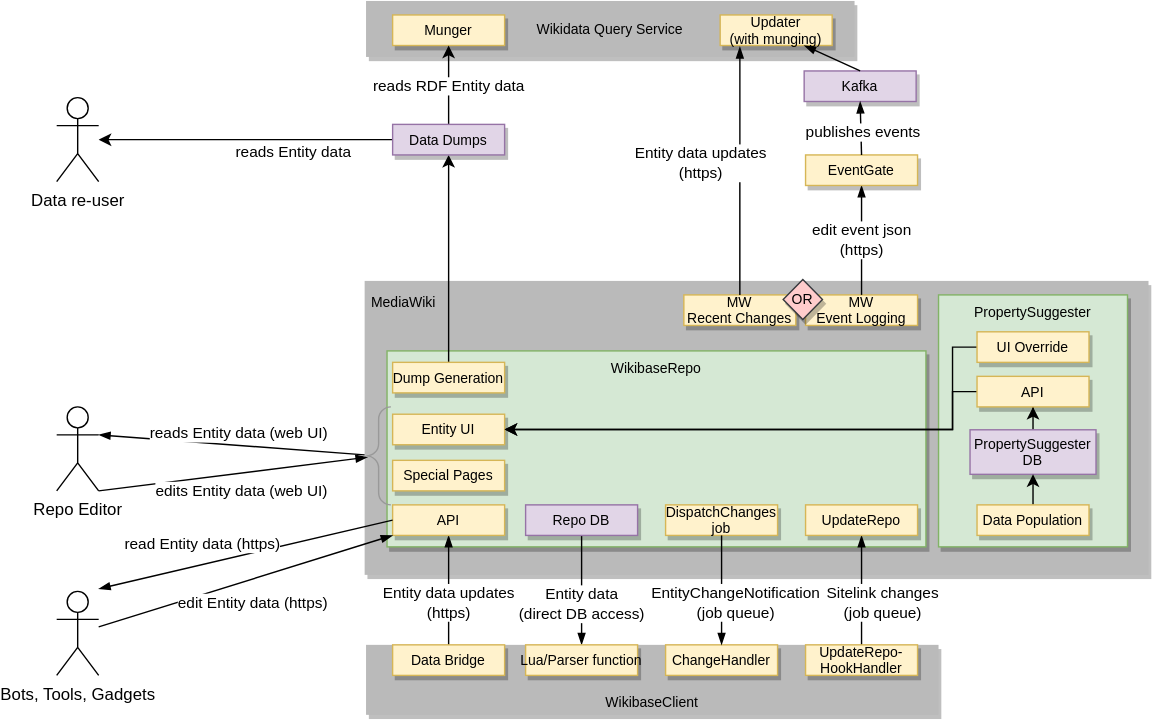
wmde/wikidata-wikibase-architecture keeps this draw.io diagram as systems/Repository/diagrams/03-technical-context-old.drawio.svg. Above is the earlier version. Source tidied: cells renumbered, new cells last; positions are measured from the earlier drawing's top-left corner, leaving out a move shared by most shapes. The source it was exported from:
```xml
<mxGraphModel>
  <root>
    <mxCell id="0" />
    <mxCell id="1" parent="0" />
    <mxCell id="2" value="MediaWiki" style="rounded=0;shadow=1;fontSize=10;fontColor=#000000;strokeColor=none;direction=west;fillColor=#BABABA;verticalAlign=top;align=left;spacing=5;" parent="1" vertex="1">
      <mxGeometry x="220" y="200" width="560" height="210" as="geometry" />
    </mxCell>
    <mxCell id="3" value="WikibaseRepo" style="rounded=0;shadow=1;fontSize=10;strokeColor=#82b366;direction=west;fillColor=#d5e8d4;verticalAlign=top;" parent="1" vertex="1">
      <mxGeometry x="236" y="250" width="385" height="140" as="geometry" />
    </mxCell>
    <mxCell id="4" value="WikibaseClient" style="rounded=0;shadow=1;fontSize=10;strokeColor=none;direction=west;fillColor=#BABABA;verticalAlign=bottom;" parent="1" vertex="1">
      <mxGeometry x="221" y="460" width="409" height="50" as="geometry" />
    </mxCell>
    <mxCell id="5" style="rounded=0;jettySize=auto;html=1;endArrow=blockThin;endFill=1;exitX=0.5;exitY=0;exitDx=0;exitDy=0;" parent="1" edge="1" source="15" target="16">
      <mxGeometry relative="1" as="geometry" />
    </mxCell>
    <mxCell id="6" value="Sitelink changes&lt;br&gt;(job queue)" style="edgeLabel;html=1;align=center;verticalAlign=middle;" parent="5" vertex="1">
      <mxGeometry x="0.2" relative="1" as="geometry">
        <mxPoint x="15" y="8" as="offset" />
      </mxGeometry>
    </mxCell>
    <mxCell id="7" style="rounded=0;jettySize=auto;html=1;entryX=0.5;entryY=0.542;entryDx=0;entryDy=0;endArrow=none;endFill=0;startArrow=blockThin;startFill=1;strokeWidth=1;entryPerimeter=0;exitX=0.5;exitY=1;exitDx=0;exitDy=0;" parent="1" edge="1" source="13" target="14">
      <mxGeometry relative="1" as="geometry" />
    </mxCell>
    <mxCell id="8" value="Entity data&lt;br&gt;(direct DB access)" style="edgeLabel;html=1;align=center;verticalAlign=middle;" parent="7" vertex="1">
      <mxGeometry x="0.14" y="-1" relative="1" as="geometry">
        <mxPoint x="-1" y="22" as="offset" />
      </mxGeometry>
    </mxCell>
    <mxCell id="9" style="rounded=0;jettySize=auto;html=1;endArrow=blockThin;endFill=1;entryX=0.5;entryY=0;entryDx=0;entryDy=0;exitX=0.5;exitY=0;exitDx=0;exitDy=0;" parent="1" edge="1" source="11" target="12">
      <mxGeometry relative="1" as="geometry" />
    </mxCell>
    <mxCell id="10" value="Entity data updates&lt;br&gt;(https)" style="edgeLabel;html=1;align=center;verticalAlign=middle;" parent="9" vertex="1">
      <mxGeometry x="0.2" relative="1" as="geometry">
        <mxPoint y="8" as="offset" />
      </mxGeometry>
    </mxCell>
    <mxCell id="11" value="Data Bridge" style="rounded=0;shadow=1;fontSize=10;strokeColor=#d6b656;direction=west;fillColor=#fff2cc;" parent="1" vertex="1">
      <mxGeometry x="240" y="460" width="80" height="21.8" as="geometry" />
    </mxCell>
    <mxCell id="12" value="API" style="rounded=0;shadow=1;fontSize=10;strokeColor=#d6b656;direction=west;fillColor=#fff2cc;" parent="1" vertex="1">
      <mxGeometry x="240" y="360" width="80" height="21.8" as="geometry" />
    </mxCell>
    <mxCell id="13" value="Lua/Parser function" style="rounded=0;shadow=1;fontSize=10;strokeColor=#d6b656;direction=west;fillColor=#fff2cc;" parent="1" vertex="1">
      <mxGeometry x="335" y="460" width="80" height="21.8" as="geometry" />
    </mxCell>
    <mxCell id="14" value="Repo DB" style="rounded=0;shadow=1;fontSize=10;strokeColor=#9673a6;direction=west;fillColor=#e1d5e7;" parent="1" vertex="1">
      <mxGeometry x="335" y="360" width="80" height="21.8" as="geometry" />
    </mxCell>
    <mxCell id="15" value="UpdateRepo-&#10;HookHandler" style="rounded=0;shadow=1;fontSize=10;strokeColor=#d6b656;direction=west;fillColor=#fff2cc;" parent="1" vertex="1">
      <mxGeometry x="535" y="460" width="80" height="21.8" as="geometry" />
    </mxCell>
    <mxCell id="16" value="UpdateRepo" style="rounded=0;shadow=1;fontSize=10;strokeColor=#d6b656;direction=west;fillColor=#fff2cc;" parent="1" vertex="1">
      <mxGeometry x="535" y="360" width="80" height="21.8" as="geometry" />
    </mxCell>
    <mxCell id="17" value="ChangeHandler" style="rounded=0;shadow=1;fontSize=10;strokeColor=#d6b656;direction=west;fillColor=#fff2cc;" parent="1" vertex="1">
      <mxGeometry x="435" y="460" width="80" height="21.8" as="geometry" />
    </mxCell>
    <mxCell id="18" value="DispatchChanges&#10;job" style="rounded=0;shadow=1;fontSize=10;strokeColor=#d6b656;direction=west;fillColor=#fff2cc;" parent="1" vertex="1">
      <mxGeometry x="435" y="360" width="80" height="21.8" as="geometry" />
    </mxCell>
    <mxCell id="19" style="rounded=0;jettySize=auto;html=1;endArrow=blockThin;endFill=1;exitX=0.5;exitY=0;exitDx=0;exitDy=0;entryX=0.5;entryY=1;entryDx=0;entryDy=0;" parent="1" edge="1" source="18" target="17">
      <mxGeometry relative="1" as="geometry" />
    </mxCell>
    <mxCell id="20" value="EntityChangeNotification&lt;br&gt;(job queue)" style="edgeLabel;html=1;align=center;verticalAlign=middle;" parent="19" vertex="1">
      <mxGeometry x="0.2" relative="1" as="geometry">
        <mxPoint x="10" y="1" as="offset" />
      </mxGeometry>
    </mxCell>
    <mxCell id="21" value="Bots, Tools, Gadgets" style="shape=umlActor;verticalLabelPosition=bottom;verticalAlign=top;html=1;outlineConnect=0;" parent="1" vertex="1">
      <mxGeometry y="421.8" width="30" height="60" as="geometry" />
    </mxCell>
    <mxCell id="22" style="rounded=0;jettySize=auto;html=1;endArrow=blockThin;endFill=1;exitX=1;exitY=0.5;exitDx=0;exitDy=0;" parent="1" edge="1" source="12">
      <mxGeometry relative="1" as="geometry">
        <mxPoint x="30" y="420" as="targetPoint" />
      </mxGeometry>
    </mxCell>
    <mxCell id="23" value="read Entity data (https)" style="edgeLabel;html=1;align=center;verticalAlign=middle;" parent="22" vertex="1">
      <mxGeometry x="0.2" relative="1" as="geometry">
        <mxPoint x="-10" y="-12.7" as="offset" />
      </mxGeometry>
    </mxCell>
    <mxCell id="24" style="rounded=0;jettySize=auto;html=1;endArrow=blockThin;endFill=1;entryX=1;entryY=0;entryDx=0;entryDy=0;" parent="1" edge="1" source="21" target="12">
      <mxGeometry relative="1" as="geometry" />
    </mxCell>
    <mxCell id="25" value="edit Entity data (https)" style="edgeLabel;html=1;align=center;verticalAlign=middle;" parent="24" vertex="1">
      <mxGeometry x="0.2" relative="1" as="geometry">
        <mxPoint x="-16" y="22" as="offset" />
      </mxGeometry>
    </mxCell>
    <mxCell id="26" value="Entity UI" style="rounded=0;shadow=1;fontSize=10;strokeColor=#d6b656;direction=west;fillColor=#fff2cc;" parent="1" vertex="1">
      <mxGeometry x="240" y="295.2" width="80" height="21.8" as="geometry" />
    </mxCell>
    <mxCell id="27" value="Repo Editor" style="shape=umlActor;verticalLabelPosition=bottom;verticalAlign=top;html=1;outlineConnect=0;" parent="1" vertex="1">
      <mxGeometry y="290" width="30" height="60" as="geometry" />
    </mxCell>
    <mxCell id="28" style="endArrow=none;strokeColor=#000000;fontSize=10;fontColor=#000000;strokeWidth=1;endFill=0;exitX=1;exitY=0.3333333333333333;exitDx=0;exitDy=0;exitPerimeter=0;startArrow=blockThin;startFill=1;" parent="1" edge="1" source="27" target="49">
      <mxGeometry relative="1" as="geometry" />
    </mxCell>
    <mxCell id="29" value="reads Entity data (web UI)" style="edgeLabel;html=1;align=center;verticalAlign=middle;" parent="28" vertex="1">
      <mxGeometry x="0.24" y="-1" relative="1" as="geometry">
        <mxPoint x="-17.5" y="-11" as="offset" />
      </mxGeometry>
    </mxCell>
    <mxCell id="30" style="endArrow=blockThin;strokeColor=#000000;fontSize=10;fontColor=#000000;strokeWidth=1;endFill=1;entryX=0.486;entryY=0.1;entryDx=0;entryDy=0;exitX=1;exitY=1;exitDx=0;exitDy=0;exitPerimeter=0;startArrow=none;startFill=0;entryPerimeter=0;" parent="1" edge="1" source="27" target="49">
      <mxGeometry relative="1" as="geometry" />
    </mxCell>
    <mxCell id="31" value="edits Entity data (web UI)" style="edgeLabel;html=1;align=center;verticalAlign=middle;" parent="30" vertex="1">
      <mxGeometry x="0.24" y="-1" relative="1" as="geometry">
        <mxPoint x="-17.5" y="13.9" as="offset" />
      </mxGeometry>
    </mxCell>
    <mxCell id="32" value="Wikidata Query Service" style="rounded=0;shadow=1;fontSize=10;fontColor=#000000;strokeColor=none;direction=west;fillColor=#BABABA;" parent="1" vertex="1">
      <mxGeometry x="221" width="349" height="40" as="geometry" />
    </mxCell>
    <mxCell id="33" style="edgeStyle=orthogonalEdgeStyle;rounded=0;jettySize=auto;html=1;entryX=0.5;entryY=0;entryDx=0;entryDy=0;" parent="1" edge="1" source="34" target="52">
      <mxGeometry relative="1" as="geometry" />
    </mxCell>
    <mxCell id="34" value="Dump Generation" style="rounded=0;shadow=1;fontSize=10;strokeColor=#d6b656;direction=west;fillColor=#fff2cc;" parent="1" vertex="1">
      <mxGeometry x="240" y="258.2" width="80" height="21.8" as="geometry" />
    </mxCell>
    <mxCell id="35" value="Munger" style="rounded=0;shadow=1;fontSize=10;strokeColor=#d6b656;direction=west;fillColor=#fff2cc;" parent="1" vertex="1">
      <mxGeometry x="240" y="10" width="80" height="21.8" as="geometry" />
    </mxCell>
    <mxCell id="36" value="Updater&#10;(with munging)" style="rounded=0;shadow=1;fontSize=10;strokeColor=#d6b656;direction=west;fillColor=#fff2cc;" parent="1" vertex="1">
      <mxGeometry x="474" y="10" width="80" height="21.8" as="geometry" />
    </mxCell>
    <mxCell id="37" value="MW&#10;Recent Changes" style="rounded=0;shadow=1;fontSize=10;strokeColor=#d6b656;direction=west;fillColor=#fff2cc;" parent="1" vertex="1">
      <mxGeometry x="448" y="210" width="80" height="21.8" as="geometry" />
    </mxCell>
    <mxCell id="38" style="rounded=0;jettySize=auto;html=1;endArrow=blockThin;endFill=1;exitX=0.5;exitY=1;exitDx=0;exitDy=0;entryX=0.824;entryY=-0.04;entryDx=0;entryDy=0;entryPerimeter=0;" parent="1" edge="1" source="37" target="36">
      <mxGeometry relative="1" as="geometry" />
    </mxCell>
    <mxCell id="39" value="Entity data updates&lt;br&gt;(https)" style="edgeLabel;html=1;align=center;verticalAlign=middle;" parent="38" vertex="1">
      <mxGeometry x="0.2" relative="1" as="geometry">
        <mxPoint x="-28" y="12.5" as="offset" />
      </mxGeometry>
    </mxCell>
    <mxCell id="40" value="MW&#10;Event Logging" style="rounded=0;shadow=1;fontSize=10;strokeColor=#d6b656;direction=west;fillColor=#fff2cc;" parent="1" vertex="1">
      <mxGeometry x="535" y="210" width="80" height="21.8" as="geometry" />
    </mxCell>
    <mxCell id="41" value="edit event json&lt;br&gt;(https)" style="rounded=0;jettySize=auto;html=1;endArrow=blockThin;endFill=1;entryX=0.5;entryY=0;entryDx=0;entryDy=0;exitX=0.5;exitY=1;exitDx=0;exitDy=0;" parent="1" edge="1" source="40" target="44">
      <mxGeometry relative="1" as="geometry" />
    </mxCell>
    <mxCell id="42" value="OR" style="rhombus;whiteSpace=wrap;html=1;fillColor=#ffcccc;rounded=0;shadow=1;fontSize=10;strokeColor=#36393d;" parent="1" vertex="1">
      <mxGeometry x="519" y="199" width="28.1" height="28.6" as="geometry" />
    </mxCell>
    <mxCell id="43" value="Kafka" style="rounded=0;shadow=1;fontSize=10;strokeColor=#9673a6;direction=west;fillColor=#e1d5e7;" parent="1" vertex="1">
      <mxGeometry x="534" y="50" width="80" height="21.8" as="geometry" />
    </mxCell>
    <mxCell id="44" value="EventGate" style="rounded=0;shadow=1;fontSize=10;strokeColor=#d6b656;direction=west;fillColor=#fff2cc;" parent="1" vertex="1">
      <mxGeometry x="535" y="110" width="80" height="21.8" as="geometry" />
    </mxCell>
    <mxCell id="45" style="rounded=0;jettySize=auto;html=1;endArrow=blockThin;endFill=1;entryX=0.5;entryY=0;entryDx=0;entryDy=0;exitX=0.5;exitY=1;exitDx=0;exitDy=0;" parent="1" edge="1" source="44" target="43">
      <mxGeometry relative="1" as="geometry" />
    </mxCell>
    <mxCell id="46" value="publishes events" style="edgeLabel;html=1;align=center;verticalAlign=middle;" parent="45" vertex="1">
      <mxGeometry x="-0.16" y="-1" relative="1" as="geometry" />
    </mxCell>
    <mxCell id="47" style="rounded=0;jettySize=auto;html=1;endArrow=blockThin;endFill=1;entryX=0.25;entryY=0;entryDx=0;entryDy=0;exitX=0.5;exitY=1;exitDx=0;exitDy=0;" parent="1" edge="1" source="43" target="36">
      <mxGeometry relative="1" as="geometry" />
    </mxCell>
    <mxCell id="48" value="Special Pages" style="rounded=0;shadow=1;fontSize=10;strokeColor=#d6b656;direction=west;fillColor=#fff2cc;" parent="1" vertex="1">
      <mxGeometry x="240" y="328.2" width="80" height="21.8" as="geometry" />
    </mxCell>
    <mxCell id="49" style="labelPosition=right;align=left;strokeWidth=1;shape=mxgraph.mockup.markup.curlyBrace;html=1;shadow=0;dashed=0;strokeColor=#999999;direction=north;" parent="1" vertex="1">
      <mxGeometry x="220" y="290" width="20" height="70" as="geometry" />
    </mxCell>
    <mxCell id="50" style="edgeStyle=orthogonalEdgeStyle;rounded=0;jettySize=auto;html=1;entryX=0.5;entryY=0;entryDx=0;entryDy=0;" parent="1" edge="1" source="52" target="35">
      <mxGeometry relative="1" as="geometry" />
    </mxCell>
    <mxCell id="51" style="edgeStyle=orthogonalEdgeStyle;rounded=0;jettySize=auto;html=1;" parent="1" edge="1" source="52" target="53">
      <mxGeometry relative="1" as="geometry" />
    </mxCell>
    <mxCell id="52" value="Data Dumps" style="rounded=0;shadow=1;fontSize=10;strokeColor=#9673a6;direction=west;fillColor=#e1d5e7;" parent="1" vertex="1">
      <mxGeometry x="240" y="88.2" width="80" height="21.8" as="geometry" />
    </mxCell>
    <mxCell id="53" value="Data re-user" style="shape=umlActor;verticalLabelPosition=bottom;verticalAlign=top;html=1;outlineConnect=0;" parent="1" vertex="1">
      <mxGeometry y="69.1" width="30" height="60" as="geometry" />
    </mxCell>
    <mxCell id="54" value="reads Entity data" style="edgeLabel;html=1;align=center;verticalAlign=middle;" parent="1" vertex="1">
      <mxGeometry x="169" y="108.2" as="geometry" />
    </mxCell>
    <mxCell id="55" value="reads RDF Entity data" style="edgeLabel;html=1;align=center;verticalAlign=middle;" parent="1" vertex="1">
      <mxGeometry x="280" y="60.9" as="geometry" />
    </mxCell>
    <mxCell id="56" value="PropertySuggester" style="rounded=0;shadow=1;fontSize=10;strokeColor=#82b366;direction=west;fillColor=#d5e8d4;verticalAlign=top;" parent="1" vertex="1">
      <mxGeometry x="630" y="210" width="135" height="180" as="geometry" />
    </mxCell>
    <mxCell id="57" style="edgeStyle=orthogonalEdgeStyle;rounded=0;jettySize=auto;html=1;entryX=0.5;entryY=0;entryDx=0;entryDy=0;" parent="1" edge="1" source="58" target="60">
      <mxGeometry relative="1" as="geometry" />
    </mxCell>
    <mxCell id="58" value="PropertySuggester&#10;DB" style="rounded=0;shadow=1;fontSize=10;strokeColor=#9673a6;direction=west;fillColor=#e1d5e7;" parent="1" vertex="1">
      <mxGeometry x="652.5" y="306.4" width="90" height="31.8" as="geometry" />
    </mxCell>
    <mxCell id="59" style="edgeStyle=orthogonalEdgeStyle;rounded=0;jettySize=auto;html=1;entryX=0;entryY=0.5;entryDx=0;entryDy=0;" parent="1" edge="1" source="60" target="26">
      <mxGeometry relative="1" as="geometry">
        <Array as="points">
          <mxPoint x="640" y="279" />
          <mxPoint x="640" y="306" />
        </Array>
      </mxGeometry>
    </mxCell>
    <mxCell id="60" value="API" style="rounded=0;shadow=1;fontSize=10;strokeColor=#d6b656;direction=west;fillColor=#fff2cc;" parent="1" vertex="1">
      <mxGeometry x="657.5" y="268.2" width="80" height="21.8" as="geometry" />
    </mxCell>
    <mxCell id="61" style="edgeStyle=orthogonalEdgeStyle;rounded=0;jettySize=auto;html=1;entryX=0;entryY=0.5;entryDx=0;entryDy=0;exitX=1;exitY=0.5;exitDx=0;exitDy=0;" parent="1" edge="1" source="62" target="26">
      <mxGeometry relative="1" as="geometry">
        <Array as="points">
          <mxPoint x="640" y="247" />
          <mxPoint x="640" y="306" />
        </Array>
      </mxGeometry>
    </mxCell>
    <mxCell id="62" value="UI Override" style="rounded=0;shadow=1;fontSize=10;strokeColor=#d6b656;direction=west;fillColor=#fff2cc;" parent="1" vertex="1">
      <mxGeometry x="657.5" y="236.4" width="80" height="21.8" as="geometry" />
    </mxCell>
    <mxCell id="63" style="edgeStyle=orthogonalEdgeStyle;rounded=0;jettySize=auto;html=1;entryX=0.5;entryY=0;entryDx=0;entryDy=0;" parent="1" edge="1" source="64" target="58">
      <mxGeometry relative="1" as="geometry" />
    </mxCell>
    <mxCell id="64" value="Data Population" style="rounded=0;shadow=1;fontSize=10;strokeColor=#d6b656;direction=west;fillColor=#fff2cc;" parent="1" vertex="1">
      <mxGeometry x="657.5" y="360" width="80" height="21.8" as="geometry" />
    </mxCell>
  </root>
</mxGraphModel>
```
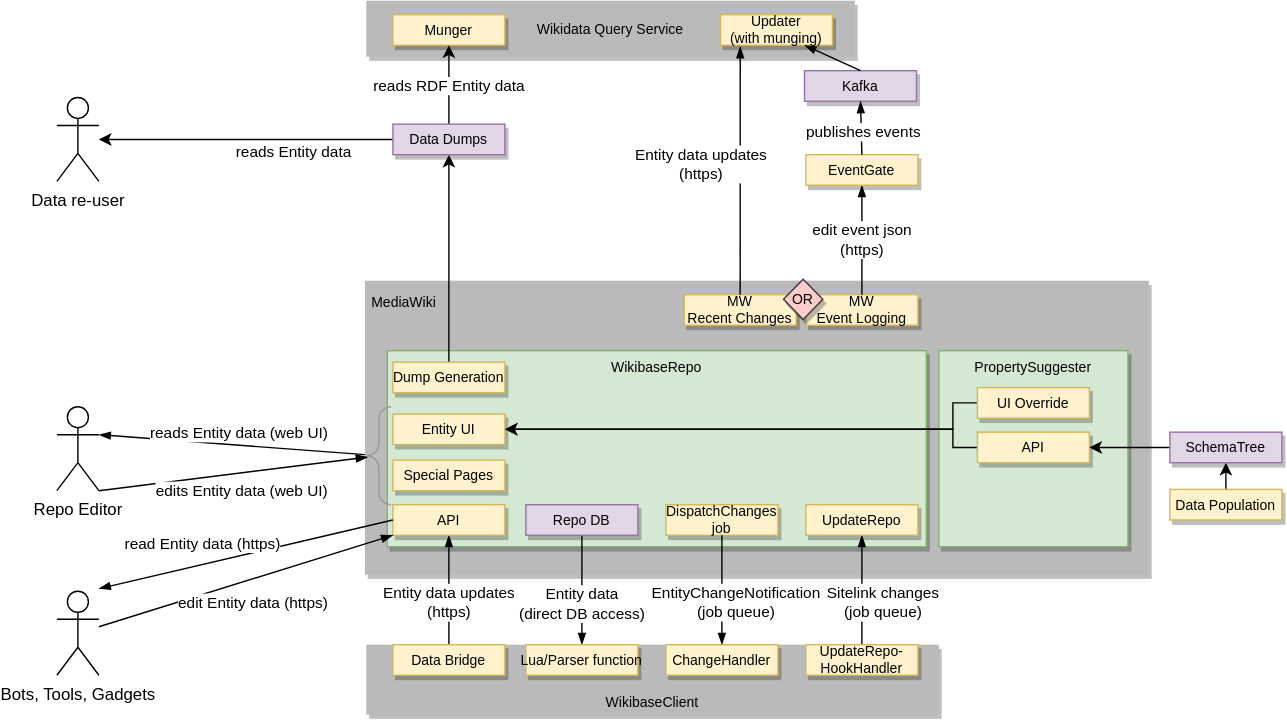
The same diagram one commit later.

Commit message:
Add the SchemaTree backed PropertySuggester

What changed in the source:
```diff
@@ -185,41 +185,41 @@
       <mxGeometry x="280" y="60.9" as="geometry" />
     </mxCell>
     <mxCell id="56" value="PropertySuggester" style="rounded=0;shadow=1;fontSize=10;strokeColor=#82b366;direction=west;fillColor=#d5e8d4;verticalAlign=top;" parent="1" vertex="1">
-      <mxGeometry x="630" y="210" width="135" height="180" as="geometry" />
+      <mxGeometry x="630" y="250" width="135" height="140" as="geometry" />
     </mxCell>
-    <mxCell id="57" style="edgeStyle=orthogonalEdgeStyle;rounded=0;jettySize=auto;html=1;entryX=0.5;entryY=0;entryDx=0;entryDy=0;" parent="1" edge="1" source="58" target="60">
-      <mxGeometry relative="1" as="geometry" />
-    </mxCell>
-    <mxCell id="58" value="PropertySuggester&#10;DB" style="rounded=0;shadow=1;fontSize=10;strokeColor=#9673a6;direction=west;fillColor=#e1d5e7;" parent="1" vertex="1">
-      <mxGeometry x="652.5" y="306.4" width="90" height="31.8" as="geometry" />
-    </mxCell>
-    <mxCell id="59" style="edgeStyle=orthogonalEdgeStyle;rounded=0;jettySize=auto;html=1;entryX=0;entryY=0.5;entryDx=0;entryDy=0;" parent="1" edge="1" source="60" target="26">
+    <mxCell id="59" style="edgeStyle=orthogonalEdgeStyle;rounded=0;jettySize=auto;html=1;entryX=0;entryY=0.5;entryDx=0;entryDy=0;exitX=1;exitY=0.5;exitDx=0;exitDy=0;" parent="1" edge="1" source="60" target="26">
       <mxGeometry relative="1" as="geometry">
         <Array as="points">
-          <mxPoint x="640" y="279" />
+          <mxPoint x="640" y="319" />
           <mxPoint x="640" y="306" />
         </Array>
       </mxGeometry>
     </mxCell>
     <mxCell id="60" value="API" style="rounded=0;shadow=1;fontSize=10;strokeColor=#d6b656;direction=west;fillColor=#fff2cc;" parent="1" vertex="1">
-      <mxGeometry x="657.5" y="268.2" width="80" height="21.8" as="geometry" />
+      <mxGeometry x="657.5" y="308.2" width="80" height="21.8" as="geometry" />
     </mxCell>
-    <mxCell id="61" style="edgeStyle=orthogonalEdgeStyle;rounded=0;jettySize=auto;html=1;entryX=0;entryY=0.5;entryDx=0;entryDy=0;exitX=1;exitY=0.5;exitDx=0;exitDy=0;" parent="1" edge="1" source="62" target="26">
+    <mxCell id="61" style="edgeStyle=orthogonalEdgeStyle;html=1;entryX=0;entryY=0.5;entryDx=0;entryDy=0;rounded=0;" parent="1" edge="1" source="62" target="26">
       <mxGeometry relative="1" as="geometry">
         <Array as="points">
-          <mxPoint x="640" y="247" />
+          <mxPoint x="640" y="287" />
           <mxPoint x="640" y="306" />
         </Array>
       </mxGeometry>
     </mxCell>
     <mxCell id="62" value="UI Override" style="rounded=0;shadow=1;fontSize=10;strokeColor=#d6b656;direction=west;fillColor=#fff2cc;" parent="1" vertex="1">
-      <mxGeometry x="657.5" y="236.4" width="80" height="21.8" as="geometry" />
+      <mxGeometry x="657.5" y="276.4" width="80" height="21.8" as="geometry" />
     </mxCell>
-    <mxCell id="63" style="edgeStyle=orthogonalEdgeStyle;rounded=0;jettySize=auto;html=1;entryX=0.5;entryY=0;entryDx=0;entryDy=0;" parent="1" edge="1" source="64" target="58">
-      <mxGeometry relative="1" as="geometry" />
-    </mxCell>
+    <mxCell id="65" style="edgeStyle=none;html=1;entryX=0.5;entryY=0;entryDx=0;entryDy=0;" parent="1" edge="1" source="64" target="67">
+      <mxGeometry relative="1" as="geometry" />
+    </mxCell>
     <mxCell id="64" value="Data Population" style="rounded=0;shadow=1;fontSize=10;strokeColor=#d6b656;direction=west;fillColor=#fff2cc;" parent="1" vertex="1">
-      <mxGeometry x="657.5" y="360" width="80" height="21.8" as="geometry" />
+      <mxGeometry x="795" y="349.1" width="80" height="21.8" as="geometry" />
     </mxCell>
+    <mxCell id="66" style="edgeStyle=none;html=1;entryX=0;entryY=0.5;entryDx=0;entryDy=0;" parent="1" edge="1" source="67" target="60">
+      <mxGeometry relative="1" as="geometry" />
+    </mxCell>
+    <mxCell id="67" value="SchemaTree" style="rounded=0;shadow=1;fontSize=10;strokeColor=#9673a6;direction=west;fillColor=#e1d5e7;" parent="1" vertex="1">
+      <mxGeometry x="795" y="308.2" width="80" height="21.8" as="geometry" />
+    </mxCell>
   </root>
 </mxGraphModel>
```
